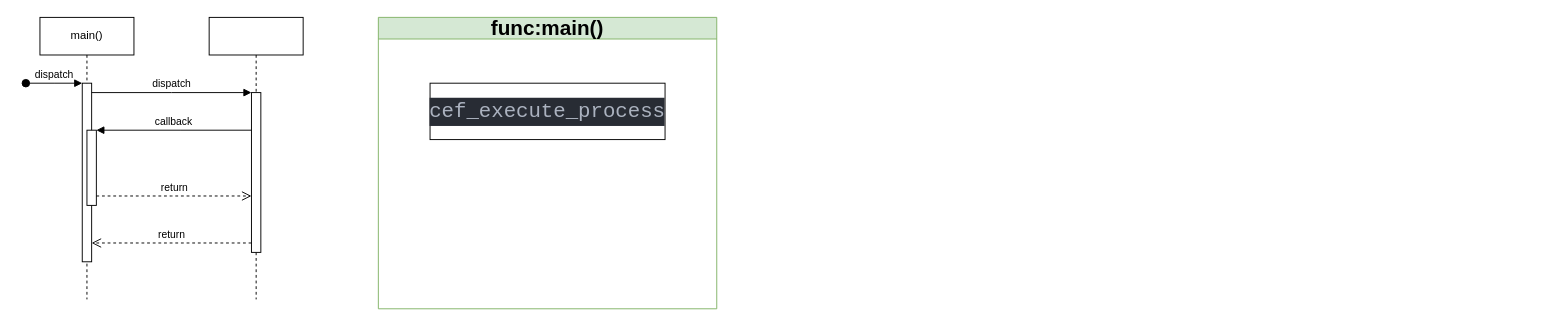
Above: 未命名绘图.drawio in User-Cool/libcef-c-doc (draw.io), before the change. Source tidied: cells renumbered, new cells numbered last; positions are measured from the earlier drawing's top-left corner, leaving out a move shared by most shapes. Both pictures are drawn from the tidied source at 94%, with x=0, y=0 at pixel (25, 17).
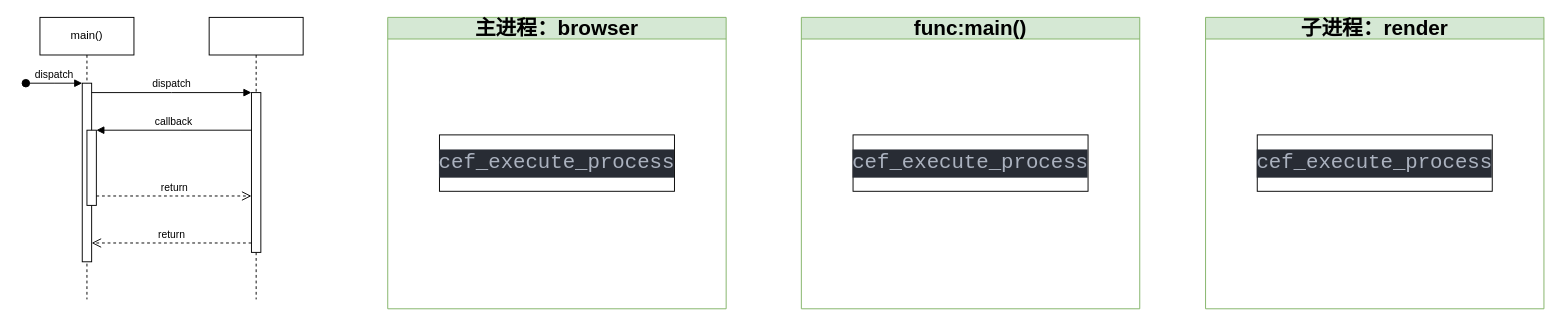
The same diagram, later.

Commit message (it also covers changes not shown here):
更新未命名绘图.drawio

Diff of the diagram source:
```diff
@@
     <mxCell id="12" value="&lt;font style=&quot;font-size: 22px;&quot;&gt;func:main()&lt;/font&gt;" style="swimlane;whiteSpace=wrap;html=1;fillColor=#d5e8d4;strokeColor=#82b366;" parent="1" vertex="1">
-      <mxGeometry x="375" width="360" height="310" as="geometry" />
+      <mxGeometry x="825" width="360" height="310" as="geometry" />
     </mxCell>
     <mxCell id="13" value="&lt;div style=&quot;color: rgb(171, 178, 191); background-color: rgb(40, 44, 52); font-family: Consolas, &amp;quot;Source Code Pro&amp;quot;, &amp;quot;Source Code Pro&amp;quot;, Consolas, &amp;quot;Courier New&amp;quot;, monospace; font-size: 22px; line-height: 30px;&quot;&gt;cef_execute_process&lt;/div&gt;" style="rounded=0;whiteSpace=wrap;html=1;" parent="12" vertex="1">
-      <mxGeometry x="55" y="70" width="250" height="60" as="geometry" />
+      <mxGeometry x="55" y="125" width="250" height="60" as="geometry" />
     </mxCell>
+    <mxCell id="14" value="&lt;span style=&quot;font-size: 22px;&quot;&gt;子进程：render&lt;/span&gt;" style="swimlane;whiteSpace=wrap;html=1;fillColor=#d5e8d4;strokeColor=#82b366;" parent="1" vertex="1">
+      <mxGeometry x="1255" width="360" height="310" as="geometry" />
+    </mxCell>
+    <mxCell id="15" value="&lt;div style=&quot;color: rgb(171, 178, 191); background-color: rgb(40, 44, 52); font-family: Consolas, &amp;quot;Source Code Pro&amp;quot;, &amp;quot;Source Code Pro&amp;quot;, Consolas, &amp;quot;Courier New&amp;quot;, monospace; font-size: 22px; line-height: 30px;&quot;&gt;cef_execute_process&lt;/div&gt;" style="rounded=0;whiteSpace=wrap;html=1;" parent="14" vertex="1">
+      <mxGeometry x="55" y="125" width="250" height="60" as="geometry" />
+    </mxCell>
+    <mxCell id="16" value="&lt;span style=&quot;font-size: 22px;&quot;&gt;主进程：browser&lt;/span&gt;" style="swimlane;whiteSpace=wrap;html=1;fillColor=#d5e8d4;strokeColor=#82b366;" parent="1" vertex="1">
+      <mxGeometry x="385" width="360" height="310" as="geometry" />
+    </mxCell>
+    <mxCell id="17" value="&lt;div style=&quot;color: rgb(171, 178, 191); background-color: rgb(40, 44, 52); font-family: Consolas, &amp;quot;Source Code Pro&amp;quot;, &amp;quot;Source Code Pro&amp;quot;, Consolas, &amp;quot;Courier New&amp;quot;, monospace; font-size: 22px; line-height: 30px;&quot;&gt;cef_execute_process&lt;/div&gt;" style="rounded=0;whiteSpace=wrap;html=1;" parent="16" vertex="1">
+      <mxGeometry x="55" y="125" width="250" height="60" as="geometry" />
+    </mxCell>
```
